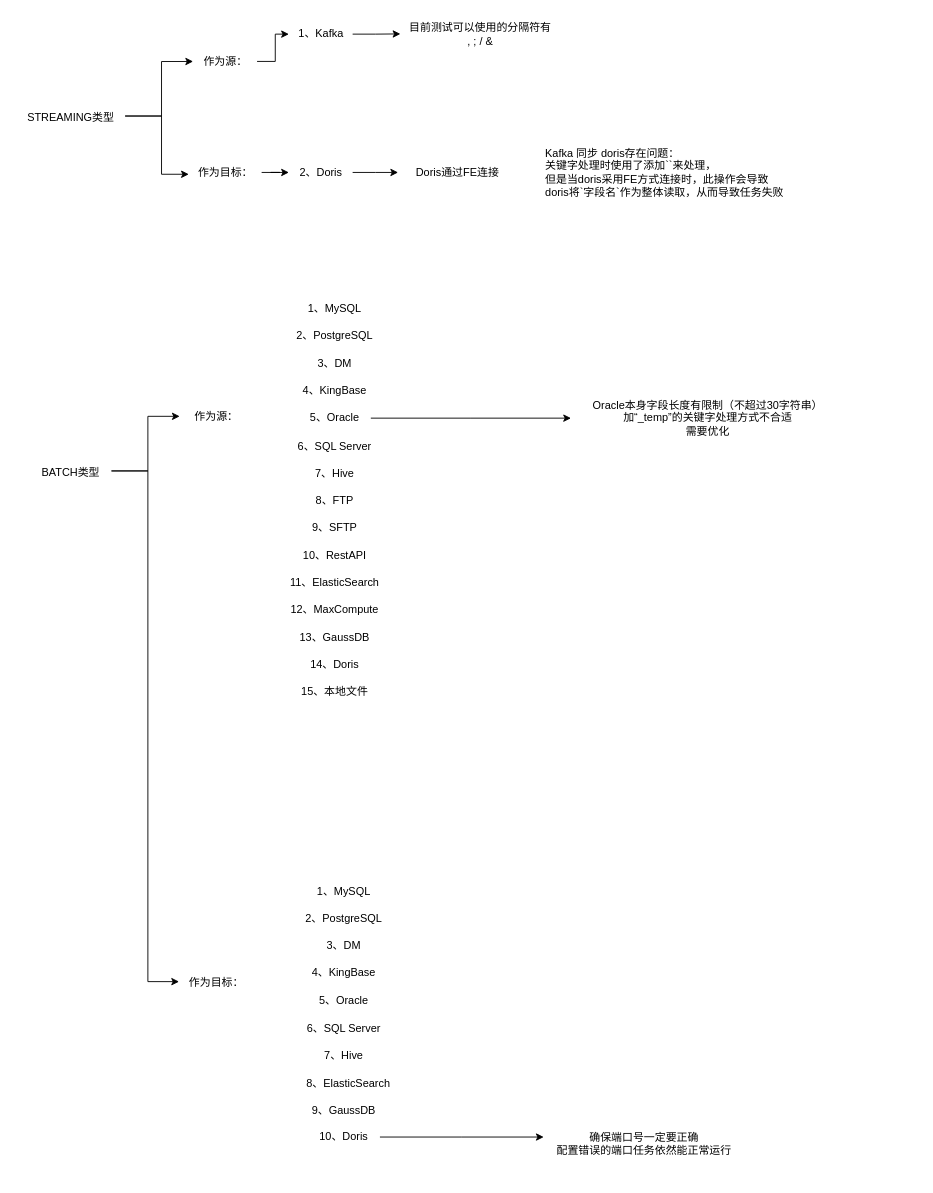
aiyougit/zdhx_study keeps this draw.io diagram as 数据同步.drawio. Above is the earlier version. Source tidied: cells renumbered, new cells numbered last; positions are measured from the earlier drawing's top-left corner, leaving out a move shared by most shapes. Both pictures are drawn from the tidied source at 91%, with x=0, y=0 at pixel (15, 15).
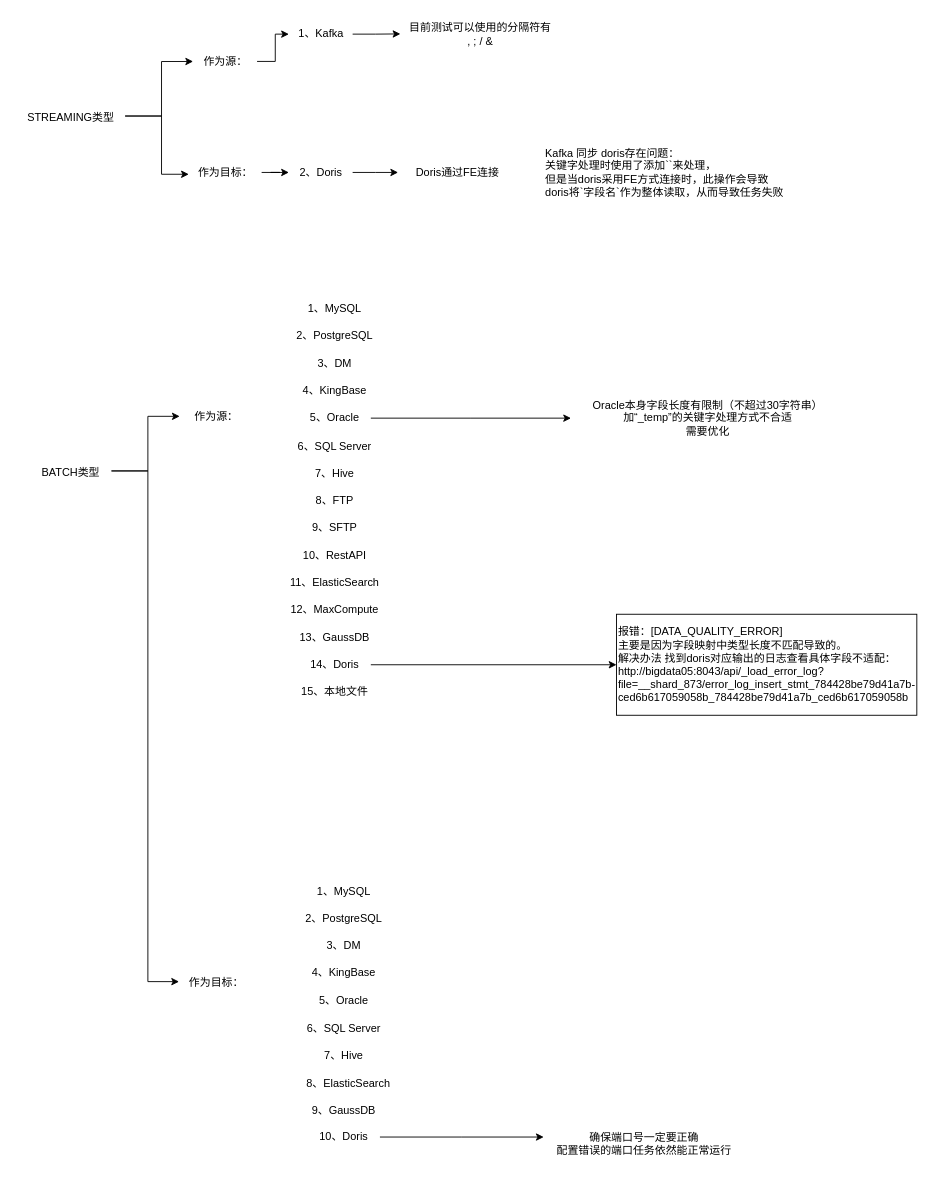
After the change.

Commit message:
更新数据同步.drawio

The change refers to these unchanged cells:
```xml
<mxCell id="35" value="14、Doris" style="text;html=1;align=center;verticalAlign=middle;points=[];strokeColor=none;fillColor=none;" parent="1" vertex="1">
  <mxGeometry x="310" y="698" width="80" height="30" as="geometry" />
</mxCell>
```

The edit, as a diff of the source:
```diff
@@
+    <mxCell id="51" style="edgeStyle=orthogonalEdgeStyle;rounded=0;jettySize=auto;html=1;" parent="1" edge="1" source="35" target="52">
+      <mxGeometry relative="1" as="geometry" />
+    </mxCell>
@@
+    <mxCell id="52" value="报错：[DATA_QUALITY_ERROR]&lt;br&gt;主要是因为字段映射中类型长度不匹配导致的。&lt;br&gt;解决办法 找到doris对应输出的日志查看具体字段不适配：&lt;br&gt;http://bigdata05:8043/api/_load_error_log?file=__shard_873/error_log_insert_stmt_784428be79d41a7b-ced6b617059058b_784428be79d41a7b_ced6b617059058b" style="rounded=0;whiteSpace=wrap;html=1;align=left;" parent="1" vertex="1">
+      <mxGeometry x="660" y="657.5" width="330" height="111" as="geometry" />
+    </mxCell>
```
